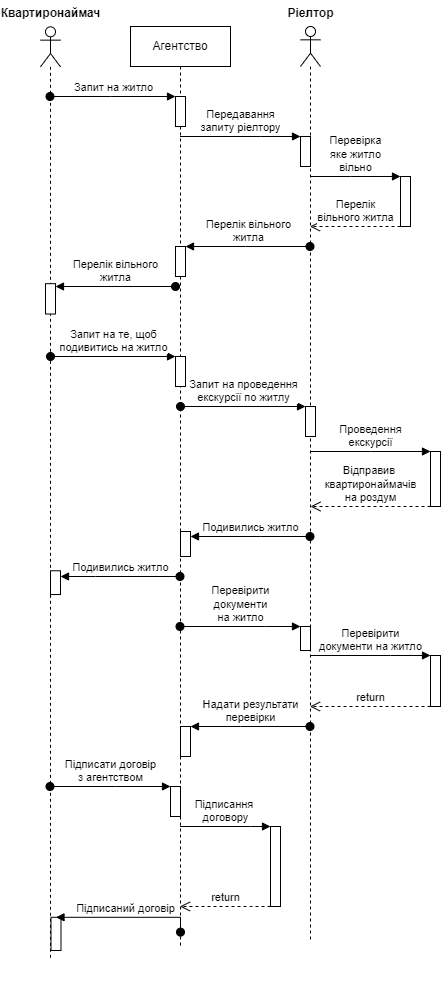
Before: cse/cse4.drawio (3).png, a diagram exported from draw.io (Bobrik191/Univer). Source tidied: cells renumbered, new cells last; positions are measured from the earlier drawing's top-left corner, leaving out a move shared by most shapes.
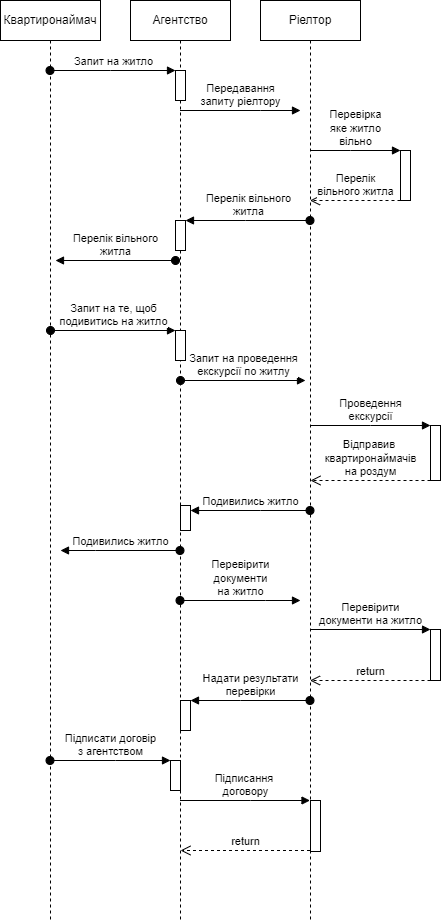
The same file after the commit.

The edit, as a diff of the source:
```diff
@@ -23,62 +23,17 @@
     <mxCell id="8" style="html=1;points=[];perimeter=orthogonalPerimeter;outlineConnect=0;targetShapes=umlLifeline;portConstraint=eastwest;newEdgeStyle={&quot;edgeStyle&quot;:&quot;elbowEdgeStyle&quot;,&quot;elbow&quot;:&quot;vertical&quot;,&quot;curved&quot;:0,&quot;rounded&quot;:0};" parent="2" vertex="1">
       <mxGeometry x="40" y="760" width="10" height="30" as="geometry" />
     </mxCell>
-    <mxCell id="9" style="group;" parent="1" vertex="1">
-      <mxGeometry width="80" height="996" as="geometry" />
-    </mxCell>
-    <mxCell id="10" style="shape=umlLifeline;perimeter=lifelinePerimeter;whiteSpace=wrap;html=1;outlineConnect=0;portConstraint=eastwest;newEdgeStyle={&quot;edgeStyle&quot;:&quot;elbowEdgeStyle&quot;,&quot;elbow&quot;:&quot;vertical&quot;,&quot;curved&quot;:0,&quot;rounded&quot;:0};participant=umlActor;" parent="9" vertex="1">
-      <mxGeometry x="30" y="26.3" width="20" height="933.7" as="geometry" />
-    </mxCell>
-    <mxCell id="11" value="Квартиронаймач" style="text;align=center;fontStyle=1;verticalAlign=middle;spacingLeft=3;spacingRight=3;strokeColor=none;html=1;" parent="9" vertex="1">
-      <mxGeometry width="80" height="26.3" as="geometry" />
-    </mxCell>
-    <mxCell id="12" style="html=1;points=[];perimeter=orthogonalPerimeter;outlineConnect=0;targetShapes=umlLifeline;portConstraint=eastwest;newEdgeStyle={&quot;edgeStyle&quot;:&quot;elbowEdgeStyle&quot;,&quot;elbow&quot;:&quot;vertical&quot;,&quot;curved&quot;:0,&quot;rounded&quot;:0};" parent="9" vertex="1">
-      <mxGeometry x="35" y="283.2" width="10" height="30.4" as="geometry" />
-    </mxCell>
-    <mxCell id="13" style="html=1;points=[];perimeter=orthogonalPerimeter;outlineConnect=0;targetShapes=umlLifeline;portConstraint=eastwest;newEdgeStyle={&quot;edgeStyle&quot;:&quot;elbowEdgeStyle&quot;,&quot;elbow&quot;:&quot;vertical&quot;,&quot;curved&quot;:0,&quot;rounded&quot;:0};" parent="9" vertex="1">
-      <mxGeometry x="40" y="570.3" width="10" height="23.8" as="geometry" />
-    </mxCell>
-    <mxCell id="14" style="html=1;points=[];perimeter=orthogonalPerimeter;outlineConnect=0;targetShapes=umlLifeline;portConstraint=eastwest;newEdgeStyle={&quot;edgeStyle&quot;:&quot;elbowEdgeStyle&quot;,&quot;elbow&quot;:&quot;vertical&quot;,&quot;curved&quot;:0,&quot;rounded&quot;:0};" parent="9" vertex="1">
-      <mxGeometry x="40.5" y="916.8" width="10" height="33.2" as="geometry" />
-    </mxCell>
-    <mxCell id="15" value="Підписаний договір" style="html=1;verticalAlign=bottom;startArrow=oval;endArrow=block;startSize=8;edgeStyle=elbowEdgeStyle;elbow=vertical;curved=0;rounded=0;" parent="9" edge="1" target="14">
-      <mxGeometry relative="1" as="geometry">
-        <mxPoint x="170" y="931.6" as="sourcePoint" />
-        <Array as="points">
-          <mxPoint x="110" y="916.8" />
-        </Array>
-      </mxGeometry>
-    </mxCell>
-    <mxCell id="16" style="group;" parent="1" vertex="1">
-      <mxGeometry x="260" width="80" height="940" as="geometry" />
-    </mxCell>
-    <mxCell id="17" style="shape=umlLifeline;perimeter=lifelinePerimeter;whiteSpace=wrap;html=1;outlineConnect=0;portConstraint=eastwest;newEdgeStyle={&quot;edgeStyle&quot;:&quot;elbowEdgeStyle&quot;,&quot;elbow&quot;:&quot;vertical&quot;,&quot;curved&quot;:0,&quot;rounded&quot;:0};participant=umlActor;" parent="16" vertex="1">
-      <mxGeometry x="30" y="26" width="20" height="914" as="geometry" />
-    </mxCell>
-    <mxCell id="18" style="html=1;points=[];perimeter=orthogonalPerimeter;outlineConnect=0;targetShapes=umlLifeline;portConstraint=eastwest;newEdgeStyle={&quot;edgeStyle&quot;:&quot;elbowEdgeStyle&quot;,&quot;elbow&quot;:&quot;vertical&quot;,&quot;curved&quot;:0,&quot;rounded&quot;:0};" parent="17" vertex="1">
-      <mxGeometry y="110" width="10" height="30" as="geometry" />
-    </mxCell>
-    <mxCell id="19" style="html=1;points=[];perimeter=orthogonalPerimeter;outlineConnect=0;targetShapes=umlLifeline;portConstraint=eastwest;newEdgeStyle={&quot;edgeStyle&quot;:&quot;elbowEdgeStyle&quot;,&quot;elbow&quot;:&quot;vertical&quot;,&quot;curved&quot;:0,&quot;rounded&quot;:0};" parent="17" vertex="1">
-      <mxGeometry x="5" y="380" width="10" height="30" as="geometry" />
-    </mxCell>
-    <mxCell id="20" value="Ріелтор" style="text;align=center;fontStyle=1;verticalAlign=middle;spacingLeft=3;spacingRight=3;strokeColor=none;points=[[0,0.5],[1,0.5]];portConstraint=eastwest;html=1;" parent="16" vertex="1">
-      <mxGeometry width="80" height="26" as="geometry" />
-    </mxCell>
-    <mxCell id="21" style="html=1;points=[];perimeter=orthogonalPerimeter;outlineConnect=0;targetShapes=umlLifeline;portConstraint=eastwest;newEdgeStyle={&quot;edgeStyle&quot;:&quot;elbowEdgeStyle&quot;,&quot;elbow&quot;:&quot;vertical&quot;,&quot;curved&quot;:0,&quot;rounded&quot;:0};" parent="16" vertex="1">
-      <mxGeometry x="30" y="626" width="10" height="24" as="geometry" />
-    </mxCell>
-    <mxCell id="22" style="html=1;points=[];perimeter=orthogonalPerimeter;outlineConnect=0;targetShapes=umlLifeline;portConstraint=eastwest;newEdgeStyle={&quot;edgeStyle&quot;:&quot;elbowEdgeStyle&quot;,&quot;elbow&quot;:&quot;vertical&quot;,&quot;curved&quot;:0,&quot;rounded&quot;:0};" parent="16" vertex="1">
-      <mxGeometry y="826" width="10" height="80" as="geometry" />
-    </mxCell>
-    <mxCell id="23" value="Запит на житло" style="html=1;verticalAlign=bottom;startArrow=oval;endArrow=block;startSize=8;edgeStyle=elbowEdgeStyle;elbow=vertical;curved=0;rounded=0;" parent="1" edge="1" source="10" target="3">
+    <mxCell id="23" value="Запит на житло" style="html=1;verticalAlign=bottom;startArrow=oval;endArrow=block;startSize=8;edgeStyle=elbowEdgeStyle;elbow=vertical;curved=0;rounded=0;" parent="1" edge="1" target="3">
       <mxGeometry relative="1" as="geometry">
+        <mxPoint x="39.5" y="96" as="sourcePoint" />
         <Array as="points">
           <mxPoint x="100" y="96" />
         </Array>
       </mxGeometry>
     </mxCell>
-    <mxCell id="24" value="Передавання&lt;br&gt;запиту ріелтору" style="html=1;verticalAlign=bottom;endArrow=block;edgeStyle=elbowEdgeStyle;elbow=vertical;curved=0;rounded=0;" parent="1" edge="1" source="2" target="18">
+    <mxCell id="24" value="Передавання&lt;br&gt;запиту ріелтору" style="html=1;verticalAlign=bottom;endArrow=block;edgeStyle=elbowEdgeStyle;elbow=vertical;curved=0;rounded=0;" parent="1" edge="1" source="2">
       <mxGeometry relative="1" as="geometry">
+        <mxPoint x="290" y="136" as="targetPoint" />
         <Array as="points">
           <mxPoint x="250" y="136" />
           <mxPoint x="200" y="136" />
@@ -86,9 +41,10 @@
         </Array>
       </mxGeometry>
     </mxCell>
-    <mxCell id="25" value="Перелік вільного&lt;br&gt;житла" style="html=1;verticalAlign=bottom;startArrow=oval;endArrow=block;startSize=8;edgeStyle=elbowEdgeStyle;elbow=vertical;curved=0;rounded=0;" parent="1" edge="1" target="12">
+    <mxCell id="25" value="Перелік вільного&lt;br&gt;житла" style="html=1;verticalAlign=bottom;startArrow=oval;endArrow=block;startSize=8;edgeStyle=elbowEdgeStyle;elbow=vertical;curved=0;rounded=0;" parent="1" edge="1">
       <mxGeometry relative="1" as="geometry">
         <mxPoint x="165" y="286" as="sourcePoint" />
+        <mxPoint x="45" y="286" as="targetPoint" />
         <Array as="points">
           <mxPoint x="85.5" y="286" />
         </Array>
@@ -97,22 +53,25 @@
     <mxCell id="26" style="html=1;points=[];perimeter=orthogonalPerimeter;outlineConnect=0;targetShapes=umlLifeline;portConstraint=eastwest;newEdgeStyle={&quot;edgeStyle&quot;:&quot;elbowEdgeStyle&quot;,&quot;elbow&quot;:&quot;vertical&quot;,&quot;curved&quot;:0,&quot;rounded&quot;:0};" parent="1" vertex="1">
       <mxGeometry x="390" y="176" width="10" height="50" as="geometry" />
     </mxCell>
-    <mxCell id="27" value="Перевірка &lt;br&gt;яке житло &lt;br&gt;вільно" style="html=1;verticalAlign=bottom;endArrow=block;edgeStyle=elbowEdgeStyle;elbow=vertical;curved=0;rounded=0;" parent="1" edge="1" source="17" target="26">
+    <mxCell id="27" value="Перевірка &lt;br&gt;яке житло &lt;br&gt;вільно" style="html=1;verticalAlign=bottom;endArrow=block;edgeStyle=elbowEdgeStyle;elbow=vertical;curved=0;rounded=0;" parent="1" edge="1" target="26">
       <mxGeometry relative="1" as="geometry">
+        <mxPoint x="299.5" y="176" as="sourcePoint" />
         <Array as="points">
           <mxPoint x="340" y="176" />
         </Array>
       </mxGeometry>
     </mxCell>
-    <mxCell id="28" value="Перелік &lt;br&gt;вільного житла" style="html=1;verticalAlign=bottom;endArrow=open;dashed=1;endSize=8;edgeStyle=elbowEdgeStyle;elbow=vertical;curved=0;rounded=0;" parent="1" edge="1" source="26" target="17">
+    <mxCell id="28" value="Перелік &lt;br&gt;вільного житла" style="html=1;verticalAlign=bottom;endArrow=open;dashed=1;endSize=8;edgeStyle=elbowEdgeStyle;elbow=vertical;curved=0;rounded=0;" parent="1" edge="1" source="26">
       <mxGeometry relative="1" as="geometry">
+        <mxPoint x="299.5" y="226" as="targetPoint" />
         <Array as="points">
           <mxPoint x="350" y="226" />
         </Array>
       </mxGeometry>
     </mxCell>
-    <mxCell id="29" value="Перелік вільного&lt;br&gt;житла" style="html=1;verticalAlign=bottom;startArrow=oval;endArrow=block;startSize=8;edgeStyle=elbowEdgeStyle;elbow=vertical;curved=0;rounded=0;" parent="1" edge="1" source="17" target="4">
+    <mxCell id="29" value="Перелік вільного&lt;br&gt;житла" style="html=1;verticalAlign=bottom;startArrow=oval;endArrow=block;startSize=8;edgeStyle=elbowEdgeStyle;elbow=vertical;curved=0;rounded=0;" parent="1" edge="1" target="4">
       <mxGeometry relative="1" as="geometry">
+        <mxPoint x="299.5" y="246" as="sourcePoint" />
         <Array as="points">
           <mxPoint x="235" y="246" />
         </Array>
@@ -123,9 +82,10 @@
         <mxPoint x="40" y="356" as="sourcePoint" />
       </mxGeometry>
     </mxCell>
-    <mxCell id="31" value="Запит на проведення&lt;br&gt;екскурсії по житлу" style="html=1;verticalAlign=bottom;startArrow=oval;endArrow=block;startSize=8;edgeStyle=elbowEdgeStyle;elbow=vertical;curved=0;rounded=0;" parent="1" edge="1" target="19">
+    <mxCell id="31" value="Запит на проведення&lt;br&gt;екскурсії по житлу" style="html=1;verticalAlign=bottom;startArrow=oval;endArrow=block;startSize=8;edgeStyle=elbowEdgeStyle;elbow=vertical;curved=0;rounded=0;" parent="1" edge="1">
       <mxGeometry relative="1" as="geometry">
         <mxPoint x="170" y="406" as="sourcePoint" />
+        <mxPoint x="295" y="406" as="targetPoint" />
       </mxGeometry>
     </mxCell>
     <mxCell id="32" style="html=1;points=[];perimeter=orthogonalPerimeter;outlineConnect=0;targetShapes=umlLifeline;portConstraint=eastwest;newEdgeStyle={&quot;edgeStyle&quot;:&quot;elbowEdgeStyle&quot;,&quot;elbow&quot;:&quot;vertical&quot;,&quot;curved&quot;:0,&quot;rounded&quot;:0};" parent="1" vertex="1">
@@ -144,15 +104,17 @@
         </Array>
       </mxGeometry>
     </mxCell>
-    <mxCell id="35" value="Подивились житло" style="html=1;verticalAlign=bottom;startArrow=oval;endArrow=block;startSize=8;edgeStyle=elbowEdgeStyle;elbow=vertical;curved=0;rounded=0;" parent="1" edge="1" source="17" target="6">
+    <mxCell id="35" value="Подивились житло" style="html=1;verticalAlign=bottom;startArrow=oval;endArrow=block;startSize=8;edgeStyle=elbowEdgeStyle;elbow=vertical;curved=0;rounded=0;" parent="1" edge="1" target="6">
       <mxGeometry relative="1" as="geometry">
+        <mxPoint x="299.5" y="536" as="sourcePoint" />
         <Array as="points">
           <mxPoint x="250" y="536" />
         </Array>
       </mxGeometry>
     </mxCell>
-    <mxCell id="36" value="Подивились житло" style="html=1;verticalAlign=bottom;startArrow=oval;endArrow=block;startSize=8;edgeStyle=elbowEdgeStyle;elbow=vertical;curved=0;rounded=0;" parent="1" edge="1" source="2" target="13">
+    <mxCell id="36" value="Подивились житло" style="html=1;verticalAlign=bottom;startArrow=oval;endArrow=block;startSize=8;edgeStyle=elbowEdgeStyle;elbow=vertical;curved=0;rounded=0;" parent="1" edge="1" source="2">
       <mxGeometry relative="1" as="geometry">
+        <mxPoint x="50" y="576" as="targetPoint" />
         <Array as="points">
           <mxPoint x="85" y="576" />
         </Array>
@@ -161,53 +123,69 @@
     <mxCell id="37" style="html=1;points=[];perimeter=orthogonalPerimeter;outlineConnect=0;targetShapes=umlLifeline;portConstraint=eastwest;newEdgeStyle={&quot;edgeStyle&quot;:&quot;elbowEdgeStyle&quot;,&quot;elbow&quot;:&quot;vertical&quot;,&quot;curved&quot;:0,&quot;rounded&quot;:0};" parent="1" vertex="1">
       <mxGeometry x="420" y="655" width="10" height="51" as="geometry" />
     </mxCell>
-    <mxCell id="38" value="Перевірити &lt;br&gt;документи на житло" style="html=1;verticalAlign=bottom;endArrow=block;edgeStyle=elbowEdgeStyle;elbow=vertical;curved=0;rounded=0;" parent="1" edge="1" source="17" target="37">
+    <mxCell id="38" value="Перевірити &lt;br&gt;документи на житло" style="html=1;verticalAlign=bottom;endArrow=block;edgeStyle=elbowEdgeStyle;elbow=vertical;curved=0;rounded=0;" parent="1" edge="1" target="37">
       <mxGeometry relative="1" as="geometry">
+        <mxPoint x="299.5" y="655" as="sourcePoint" />
         <Array as="points">
           <mxPoint x="380" y="655" />
         </Array>
       </mxGeometry>
     </mxCell>
-    <mxCell id="39" value="return" style="html=1;verticalAlign=bottom;endArrow=open;dashed=1;endSize=8;edgeStyle=elbowEdgeStyle;elbow=vertical;curved=0;rounded=0;" parent="1" edge="1" source="37" target="17">
+    <mxCell id="39" value="return" style="html=1;verticalAlign=bottom;endArrow=open;dashed=1;endSize=8;edgeStyle=elbowEdgeStyle;elbow=vertical;curved=0;rounded=0;" parent="1" edge="1" source="37">
       <mxGeometry relative="1" as="geometry">
+        <mxPoint x="299.5" y="706" as="targetPoint" />
         <Array as="points">
           <mxPoint x="360" y="706" />
           <mxPoint x="380" y="735" />
         </Array>
       </mxGeometry>
     </mxCell>
-    <mxCell id="40" value="Перевірити &lt;br&gt;документи&lt;br&gt;на житло" style="html=1;verticalAlign=bottom;startArrow=oval;endArrow=block;startSize=8;edgeStyle=elbowEdgeStyle;elbow=vertical;curved=0;rounded=0;" parent="1" edge="1" source="2" target="21">
+    <mxCell id="40" value="Перевірити &lt;br&gt;документи&lt;br&gt;на житло" style="html=1;verticalAlign=bottom;startArrow=oval;endArrow=block;startSize=8;edgeStyle=elbowEdgeStyle;elbow=vertical;curved=0;rounded=0;" parent="1" edge="1" source="2">
       <mxGeometry relative="1" as="geometry">
+        <mxPoint x="290" y="626" as="targetPoint" />
         <Array as="points">
           <mxPoint x="255" y="626" />
         </Array>
       </mxGeometry>
     </mxCell>
-    <mxCell id="41" value="Надати результати&lt;br&gt;перевірки" style="html=1;verticalAlign=bottom;startArrow=oval;endArrow=block;startSize=8;edgeStyle=elbowEdgeStyle;elbow=vertical;curved=0;rounded=0;" parent="1" edge="1" source="17" target="7">
+    <mxCell id="41" value="Надати результати&lt;br&gt;перевірки" style="html=1;verticalAlign=bottom;startArrow=oval;endArrow=block;startSize=8;edgeStyle=elbowEdgeStyle;elbow=vertical;curved=0;rounded=0;" parent="1" edge="1" target="7">
       <mxGeometry relative="1" as="geometry">
+        <mxPoint x="299.5" y="726" as="sourcePoint" />
         <Array as="points">
           <mxPoint x="230" y="726" />
         </Array>
       </mxGeometry>
     </mxCell>
-    <mxCell id="42" value="Підписати договір&lt;br&gt;з агентством" style="html=1;verticalAlign=bottom;startArrow=oval;endArrow=block;startSize=8;edgeStyle=elbowEdgeStyle;elbow=vertical;curved=0;rounded=0;" parent="1" edge="1" source="10" target="8">
+    <mxCell id="42" value="Підписати договір&lt;br&gt;з агентством" style="html=1;verticalAlign=bottom;startArrow=oval;endArrow=block;startSize=8;edgeStyle=elbowEdgeStyle;elbow=vertical;curved=0;rounded=0;" parent="1" edge="1" target="8">
       <mxGeometry relative="1" as="geometry">
+        <mxPoint x="39.5" y="786" as="sourcePoint" />
         <Array as="points">
           <mxPoint x="105" y="786" />
         </Array>
       </mxGeometry>
     </mxCell>
-    <mxCell id="43" value="Підписання&amp;nbsp;&lt;br&gt;договору" style="html=1;verticalAlign=bottom;endArrow=block;edgeStyle=elbowEdgeStyle;elbow=vertical;curved=0;rounded=0;" parent="1" edge="1" source="2" target="22">
+    <mxCell id="43" value="Підписання&amp;nbsp;&lt;br&gt;договору" style="html=1;verticalAlign=bottom;endArrow=block;edgeStyle=elbowEdgeStyle;elbow=vertical;curved=0;rounded=0;" parent="1" edge="1" source="2" target="20">
       <mxGeometry relative="1" as="geometry">
         <Array as="points">
           <mxPoint x="240" y="826" />
         </Array>
       </mxGeometry>
     </mxCell>
+    <mxCell id="11" value="Квартиронаймач" style="shape=umlLifeline;perimeter=lifelinePerimeter;whiteSpace=wrap;html=1;newEdgeStyle={&quot;edgeStyle&quot;:&quot;elbowEdgeStyle&quot;,&quot;elbow&quot;:&quot;vertical&quot;,&quot;curved&quot;:0,&quot;rounded&quot;:0};" parent="1" vertex="1">
+      <mxGeometry x="-10" y="26" width="100" height="920" as="geometry" />
+    </mxCell>
+    <mxCell id="20" value="Ріелтор" style="shape=umlLifeline;perimeter=lifelinePerimeter;whiteSpace=wrap;html=1;outlineConnect=0;portConstraint=eastwest;newEdgeStyle={&quot;edgeStyle&quot;:&quot;elbowEdgeStyle&quot;,&quot;elbow&quot;:&quot;vertical&quot;,&quot;curved&quot;:0,&quot;rounded&quot;:0};" parent="1" vertex="1">
+      <mxGeometry x="250" y="26" width="100" height="920" as="geometry" />
+    </mxCell>
+    <mxCell id="45" style="html=1;perimeter=orthogonalPerimeter;targetShapes=umlLifeline;newEdgeStyle={&quot;edgeStyle&quot;:&quot;elbowEdgeStyle&quot;,&quot;elbow&quot;:&quot;vertical&quot;,&quot;curved&quot;:0,&quot;rounded&quot;:0};" parent="20" vertex="1">
+      <mxGeometry x="50" y="800" width="10" height="51" as="geometry" />
+    </mxCell>
-    <mxCell id="44" value="return" style="html=1;verticalAlign=bottom;endArrow=open;dashed=1;endSize=8;edgeStyle=elbowEdgeStyle;elbow=vertical;curved=0;rounded=0;" parent="1" edge="1" source="22" target="2">
+    <mxCell id="44" value="return" style="html=1;verticalAlign=bottom;endArrow=open;dashed=1;endSize=8;edgeStyle=elbowEdgeStyle;elbow=vertical;curved=0;rounded=0;" parent="1" edge="1" source="20">
       <mxGeometry relative="1" as="geometry">
+        <mxPoint x="170" y="876" as="targetPoint" />
         <Array as="points">
-          <mxPoint x="240" y="906" />
+          <mxPoint x="240" y="876" />
+          <mxPoint x="210" y="886" />
         </Array>
       </mxGeometry>
     </mxCell>
```
